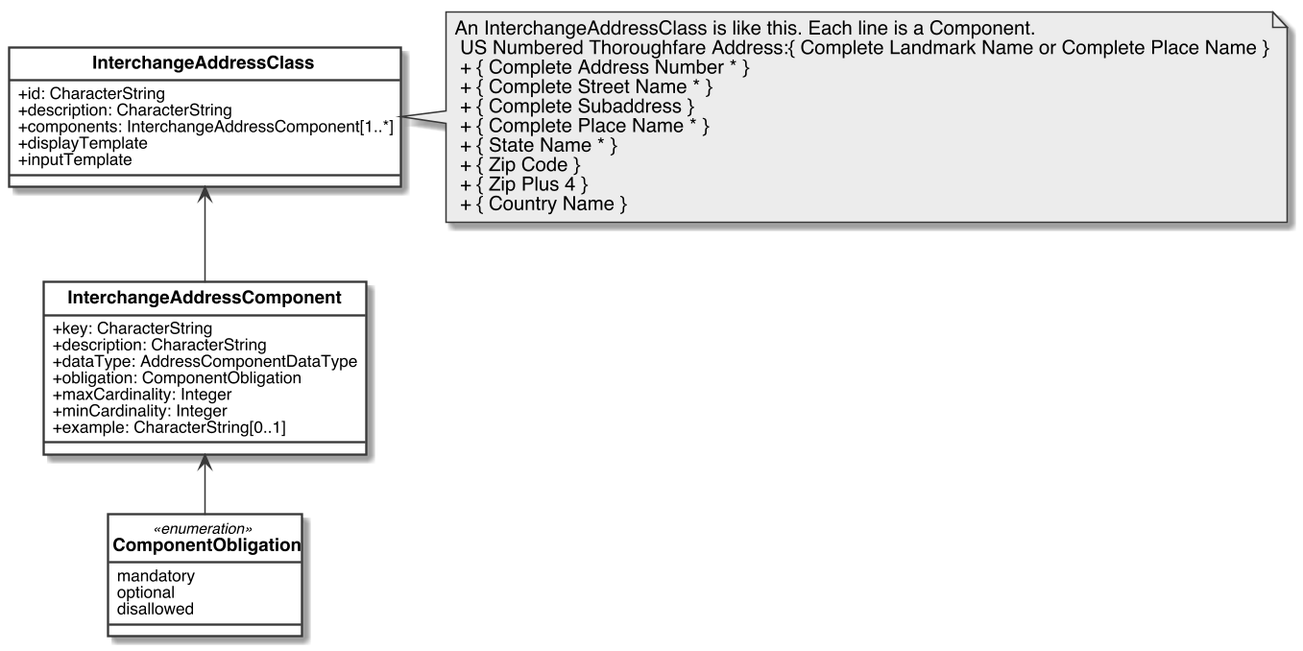
This is images/AddressClass.png from CalConnect/csd-digital-addresses, a PlantUML export, as it was before one commit. The source it was exported from:
```plantuml
@startuml AddressClass

skinparam classAttributeIconSize 0
skinparam Dpi 150
skinparam Monochrome true
skinparam LineType ortho
skinparam nodesep 30
skinparam ranksep 40
hide circle
skinparam Default {
TextAlignment center
FontName Helvetica
}
skinparam Class {
AttributeIconSize 0
BackgroundColor White
FontStyle bold
StereotypeFontSize 10
}
skinparam Rectangle {
BackgroundColor White
FontStyle bold
FontSize 11
StereotypeFontSize 10
}
skinparam Object {
BackgroundColor White
FontStyle bold
FontSize 11
StereotypeFontSize 10
}

skinparam Entity {
StereotypeFontSize 10
}

class InterchangeAddressClass{
    +id: CharacterString
    +description: CharacterString
    +components: InterchangeAddressComponent[1..*]
    +displayTemplate
    +inputTemplate
}

class InterchangeAddressComponent{
    +key: CharacterString
    +description: CharacterString
    +dataType: AddressComponentDataType
    +obligation: ComponentObligation
    +maxCardinality: Integer
    +minCardinality: Integer
    +example: CharacterString[0..1]
}

enum ComponentObligation <<enumeration>>{
    mandatory
    optional
    disallowed
}


note right of InterchangeAddressClass: An InterchangeAddressClass is like this. Each line is a Component.\n US Numbered Thoroughfare Address:{ Complete Landmark Name or Complete Place Name }\n + { Complete Address Number * }\n + { Complete Street Name * }\n + { Complete Subaddress }\n + { Complete Place Name * }\n + { State Name * }\n + { Zip Code }\n + { Zip Plus 4 }\n + { Country Name }


InterchangeAddressClass <-- InterchangeAddressComponent
InterchangeAddressComponent <-- ComponentObligation


@enduml
```
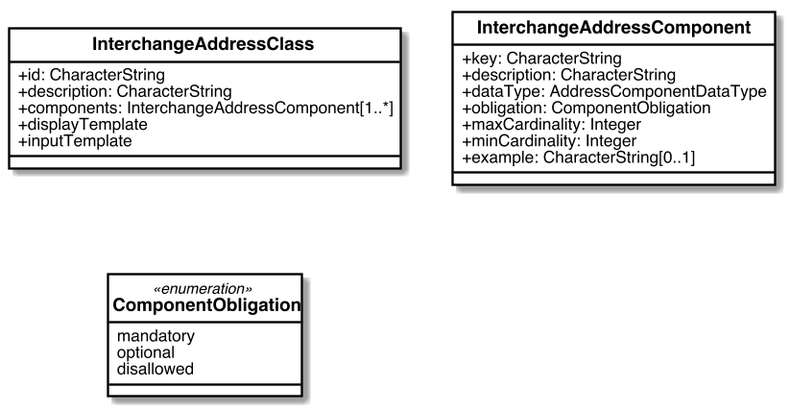
Above is the later version.

What changed in the source:
```diff
@@ -1,69 +1,69 @@
-@startuml AddressClass
+@startuml
 
-skinparam classAttributeIconSize 0
+
 skinparam Dpi 150
-skinparam Monochrome true
+skinparam Monochrome false
 skinparam LineType ortho
-skinparam nodesep 30
-skinparam ranksep 40
 hide circle
 skinparam Default {
-TextAlignment center
-FontName Helvetica
+  TextAlignment center
+  FontName Helvetica
 }
 skinparam Class {
-AttributeIconSize 0
-BackgroundColor White
-FontStyle bold
-StereotypeFontSize 10
+  AttributeIconSize 0
+  BackgroundColor White
+  ArrowColor Black
+  BorderColor Black
+  FontStyle bold
+  StereotypeFontSize 10
 }
 skinparam Rectangle {
-BackgroundColor White
-FontStyle bold
-FontSize 11
-StereotypeFontSize 10
+  BackgroundColor White
+  ArrowColor Black
+  BorderColor Black
+  FontStyle bold
+  FontSize 11
+  StereotypeFontSize 10
 }
 skinparam Object {
-BackgroundColor White
-FontStyle bold
-FontSize 11
-StereotypeFontSize 10
+  BackgroundColor White
+  ArrowColor Black
+  BorderColor Black
+  FontStyle bold
+  FontSize 11
+  StereotypeFontSize 10
 }
 
 skinparam Entity {
-StereotypeFontSize 10
+  StereotypeFontSize 10
 }
 
+
+
 class InterchangeAddressClass{
-    +id: CharacterString
-    +description: CharacterString
-    +components: InterchangeAddressComponent[1..*]
-    +displayTemplate
-    +inputTemplate
+  +id: CharacterString
+  +description: CharacterString
+  +components: InterchangeAddressComponent[1..*]
+  +displayTemplate
+  +inputTemplate
 }
 
 class InterchangeAddressComponent{
-    +key: CharacterString
-    +description: CharacterString
-    +dataType: AddressComponentDataType
-    +obligation: ComponentObligation
-    +maxCardinality: Integer
-    +minCardinality: Integer
-    +example: CharacterString[0..1]
+  +key: CharacterString
+  +description: CharacterString
+  +dataType: AddressComponentDataType
+  +obligation: ComponentObligation
+  +maxCardinality: Integer
+  +minCardinality: Integer
+  +example: CharacterString[0..1]
 }
 
 enum ComponentObligation <<enumeration>>{
-    mandatory
-    optional
-    disallowed
+  mandatory
+  optional
+  disallowed
 }
 
 
-note right of InterchangeAddressClass: An InterchangeAddressClass is like this. Each line is a Component.\n US Numbered Thoroughfare Address:{ Complete Landmark Name or Complete Place Name }\n + { Complete Address Number * }\n + { Complete Street Name * }\n + { Complete Subaddress }\n + { Complete Place Name * }\n + { State Name * }\n + { Zip Code }\n + { Zip Plus 4 }\n + { Country Name }
-
-
-InterchangeAddressClass <-- InterchangeAddressComponent
-InterchangeAddressComponent <-- ComponentObligation
-
 
 @enduml
```
